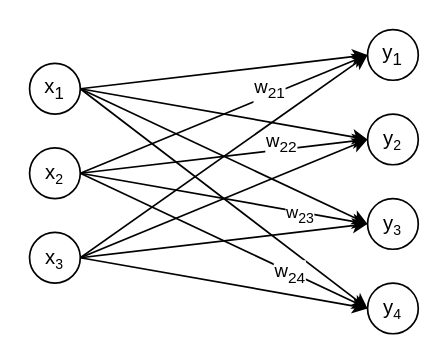
tglanz/bsc keeps this draw.io diagram as page "fully-connected" (1 of 3) of deep-compression/assets/diagrams.drawio. Above is the earlier version. Source tidied: cells renumbered, new cells numbered last; positions are measured from the earlier drawing's top-left corner, leaving out a move shared by most shapes. Both pictures are drawn from the tidied source at 169%, with x=0, y=0 at pixel (29, 29).
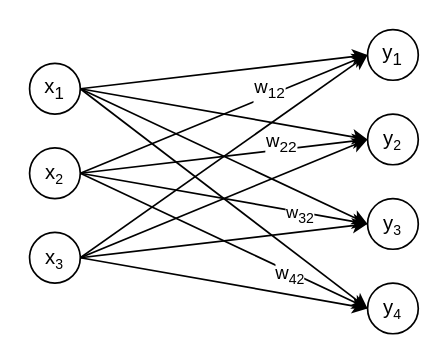
After the change.

The change refers to these unchanged cells:
```xml
<mxCell id="7" style="rounded=0;jettySize=auto;html=1;exitX=1;exitY=0.5;exitDx=0;exitDy=0;entryX=0;entryY=0.5;entryDx=0;entryDy=0;" parent="1" edge="1" source="15" target="21">
  <mxGeometry relative="1" as="geometry" />
</mxCell>
<mxCell id="11" style="rounded=0;jettySize=auto;html=1;exitX=1;exitY=0.5;exitDx=0;exitDy=0;" parent="1" edge="1" source="15">
  <mxGeometry relative="1" as="geometry">
    <mxPoint x="200" y="115" as="targetPoint" />
  </mxGeometry>
</mxCell>
<mxCell id="13" style="rounded=0;jettySize=auto;html=1;exitX=1;exitY=0.5;exitDx=0;exitDy=0;entryX=0;entryY=0.5;entryDx=0;entryDy=0;" parent="1" edge="1" source="15" target="24">
  <mxGeometry relative="1" as="geometry" />
</mxCell>
```

The edit, as a diff of the source:
```diff
@@
-    <mxCell id="8" value="w&lt;sub&gt;21&lt;/sub&gt;" style="edgeLabel;html=1;align=center;verticalAlign=middle;" parent="7" vertex="1">
+    <mxCell id="8" value="w&lt;sub&gt;12&lt;/sub&gt;" style="edgeLabel;html=1;align=center;verticalAlign=middle;" parent="7" vertex="1">
       <mxGeometry x="0.33" y="3" relative="1" as="geometry" />
     </mxCell>
@@
-    <mxCell id="12" value="&lt;font size=&quot;1&quot;&gt;w&lt;sub&gt;23&lt;/sub&gt;&lt;/font&gt;" style="edgeLabel;html=1;align=center;verticalAlign=middle;" parent="11" vertex="1">
+    <mxCell id="12" value="&lt;font size=&quot;1&quot;&gt;w&lt;sub&gt;32&lt;/sub&gt;&lt;/font&gt;" style="edgeLabel;html=1;align=center;verticalAlign=middle;" parent="11" vertex="1">
       <mxGeometry x="0.53" y="-1" relative="1" as="geometry" />
     </mxCell>
@@
-    <mxCell id="14" value="w&lt;sub&gt;24&lt;/sub&gt;" style="edgeLabel;html=1;align=center;verticalAlign=middle;" parent="13" vertex="1">
+    <mxCell id="14" value="w&lt;font size=&quot;1&quot;&gt;&lt;sub&gt;42&lt;/sub&gt;&lt;/font&gt;" style="edgeLabel;html=1;align=center;verticalAlign=middle;" parent="13" vertex="1">
       <mxGeometry x="0.46" y="-1" relative="1" as="geometry" />
     </mxCell>
```
